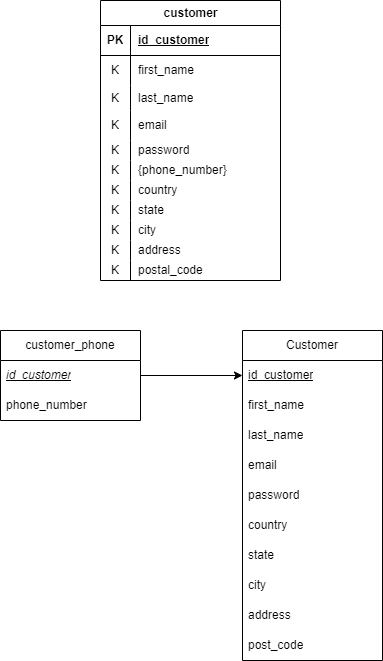
This is Data Storing/design/translate1.png from wargabasdat/Seleksi-2023-Tugas-1, a draw.io export, as it was before one commit. Source tidied: cells renumbered, new cells last; positions are measured from the earlier drawing's top-left corner, leaving out a move shared by most shapes.
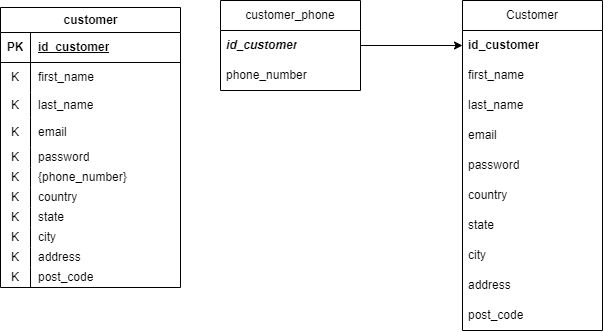
The same diagram one commit later.

Change to the diagram source:
```diff
@@ -3,7 +3,7 @@
     <mxCell id="0" />
     <mxCell id="1" parent="0" />
     <mxCell id="2" value="customer" style="shape=table;startSize=25;rowLines=0;fontStyle=1;align=center;html=1;" parent="1" vertex="1">
-      <mxGeometry x="100" width="180" height="280" as="geometry" />
+      <mxGeometry x="-220" y="337" width="180" height="280" as="geometry" />
     </mxCell>
     <mxCell id="3" style="shape=tableRow;horizontal=0;startSize=0;swimlaneHead=0;swimlaneBody=0;fillColor=none;top=0;left=0;right=0;bottom=1;" parent="2" vertex="1">
       <mxGeometry y="25" width="180" height="30" as="geometry" />
@@ -17,9 +17,9 @@
     <mxCell id="6" style="shape=tableRow;horizontal=0;startSize=0;swimlaneHead=0;swimlaneBody=0;fillColor=none;top=0;left=0;right=0;bottom=0;" parent="2" vertex="1">
       <mxGeometry y="55" width="180" height="30" as="geometry" />
     </mxCell>
-    <mxCell id="7" value="K" style="shape=partialRectangle;fillColor=none;top=0;left=0;bottom=0;right=0;overflow=hidden;whiteSpace=wrap;html=1;" parent="6" vertex="1">
-      <mxGeometry width="30" height="30" as="geometry" />
-    </mxCell>
+    <mxCell id="51" value="K" style="shape=partialRectangle;fillColor=none;top=0;left=0;bottom=0;right=0;overflow=hidden;whiteSpace=wrap;html=1;" parent="6" vertex="1">
+      <mxGeometry width="30" height="30" as="geometry" />
+    </mxCell>
     <mxCell id="8" value="first_name" style="shape=partialRectangle;fillColor=none;top=0;left=0;bottom=0;right=0;align=left;spacingLeft=6;overflow=hidden;whiteSpace=wrap;html=1;" parent="6" vertex="1">
       <mxGeometry x="30" width="150" height="30" as="geometry" />
     </mxCell>
@@ -35,81 +35,81 @@
     <mxCell id="12" style="shape=tableRow;horizontal=0;startSize=0;swimlaneHead=0;swimlaneBody=0;fillColor=none;top=0;left=0;right=0;bottom=0;" parent="2" vertex="1">
       <mxGeometry y="110" width="180" height="30" as="geometry" />
     </mxCell>
-    <mxCell id="13" value="K" style="shape=partialRectangle;fillColor=none;top=0;left=0;bottom=0;right=0;overflow=hidden;whiteSpace=wrap;html=1;" parent="12" vertex="1">
-      <mxGeometry width="30" height="30" as="geometry" />
-    </mxCell>
+    <mxCell id="52" value="K" style="shape=partialRectangle;fillColor=none;top=0;left=0;bottom=0;right=0;overflow=hidden;whiteSpace=wrap;html=1;" parent="12" vertex="1">
+      <mxGeometry width="30" height="30" as="geometry" />
+    </mxCell>
     <mxCell id="14" value="email" style="shape=partialRectangle;fillColor=none;top=0;left=0;bottom=0;right=0;align=left;spacingLeft=6;overflow=hidden;whiteSpace=wrap;html=1;" parent="12" vertex="1">
       <mxGeometry x="30" width="150" height="30" as="geometry" />
     </mxCell>
     <mxCell id="15" style="shape=tableRow;horizontal=0;startSize=0;swimlaneHead=0;swimlaneBody=0;fillColor=none;top=0;left=0;right=0;bottom=0;" parent="2" vertex="1">
       <mxGeometry y="140" width="180" height="20" as="geometry" />
     </mxCell>
-    <mxCell id="16" value="K" style="shape=partialRectangle;fillColor=none;top=0;left=0;bottom=0;right=0;overflow=hidden;whiteSpace=wrap;html=1;" parent="15" vertex="1">
-      <mxGeometry width="30" height="20" as="geometry" />
-    </mxCell>
+    <mxCell id="53" value="K" style="shape=partialRectangle;fillColor=none;top=0;left=0;bottom=0;right=0;overflow=hidden;whiteSpace=wrap;html=1;" parent="15" vertex="1">
+      <mxGeometry width="30" height="20" as="geometry" />
+    </mxCell>
     <mxCell id="17" value="password" style="shape=partialRectangle;fillColor=none;top=0;left=0;bottom=0;right=0;align=left;spacingLeft=6;overflow=hidden;whiteSpace=wrap;html=1;" parent="15" vertex="1">
       <mxGeometry x="30" width="150" height="20" as="geometry" />
     </mxCell>
     <mxCell id="18" style="shape=tableRow;horizontal=0;startSize=0;swimlaneHead=0;swimlaneBody=0;fillColor=none;top=0;left=0;right=0;bottom=0;" parent="2" vertex="1">
       <mxGeometry y="160" width="180" height="20" as="geometry" />
     </mxCell>
-    <mxCell id="19" value="K" style="shape=partialRectangle;fillColor=none;top=0;left=0;bottom=0;right=0;overflow=hidden;whiteSpace=wrap;html=1;" parent="18" vertex="1">
-      <mxGeometry width="30" height="20" as="geometry" />
-    </mxCell>
+    <mxCell id="54" value="K" style="shape=partialRectangle;fillColor=none;top=0;left=0;bottom=0;right=0;overflow=hidden;whiteSpace=wrap;html=1;" parent="18" vertex="1">
+      <mxGeometry width="30" height="20" as="geometry" />
+    </mxCell>
     <mxCell id="20" value="{phone_number}" style="shape=partialRectangle;fillColor=none;top=0;left=0;bottom=0;right=0;align=left;spacingLeft=6;overflow=hidden;whiteSpace=wrap;html=1;" parent="18" vertex="1">
       <mxGeometry x="30" width="150" height="20" as="geometry" />
     </mxCell>
     <mxCell id="21" style="shape=tableRow;horizontal=0;startSize=0;swimlaneHead=0;swimlaneBody=0;fillColor=none;top=0;left=0;right=0;bottom=0;" parent="2" vertex="1">
       <mxGeometry y="180" width="180" height="20" as="geometry" />
     </mxCell>
-    <mxCell id="22" value="K" style="shape=partialRectangle;fillColor=none;top=0;left=0;bottom=0;right=0;overflow=hidden;whiteSpace=wrap;html=1;" parent="21" vertex="1">
-      <mxGeometry width="30" height="20" as="geometry" />
-    </mxCell>
+    <mxCell id="55" value="K" style="shape=partialRectangle;fillColor=none;top=0;left=0;bottom=0;right=0;overflow=hidden;whiteSpace=wrap;html=1;" parent="21" vertex="1">
+      <mxGeometry width="30" height="20" as="geometry" />
+    </mxCell>
     <mxCell id="23" value="country" style="shape=partialRectangle;fillColor=none;top=0;left=0;bottom=0;right=0;align=left;spacingLeft=6;overflow=hidden;whiteSpace=wrap;html=1;" parent="21" vertex="1">
       <mxGeometry x="30" width="150" height="20" as="geometry" />
     </mxCell>
     <mxCell id="24" style="shape=tableRow;horizontal=0;startSize=0;swimlaneHead=0;swimlaneBody=0;fillColor=none;top=0;left=0;right=0;bottom=0;" parent="2" vertex="1">
       <mxGeometry y="200" width="180" height="20" as="geometry" />
     </mxCell>
-    <mxCell id="25" value="K" style="shape=partialRectangle;fillColor=none;top=0;left=0;bottom=0;right=0;overflow=hidden;whiteSpace=wrap;html=1;" parent="24" vertex="1">
-      <mxGeometry width="30" height="20" as="geometry" />
-    </mxCell>
+    <mxCell id="56" value="K" style="shape=partialRectangle;fillColor=none;top=0;left=0;bottom=0;right=0;overflow=hidden;whiteSpace=wrap;html=1;" parent="24" vertex="1">
+      <mxGeometry width="30" height="20" as="geometry" />
+    </mxCell>
     <mxCell id="26" value="state" style="shape=partialRectangle;fillColor=none;top=0;left=0;bottom=0;right=0;align=left;spacingLeft=6;overflow=hidden;whiteSpace=wrap;html=1;" parent="24" vertex="1">
       <mxGeometry x="30" width="150" height="20" as="geometry" />
     </mxCell>
     <mxCell id="27" style="shape=tableRow;horizontal=0;startSize=0;swimlaneHead=0;swimlaneBody=0;fillColor=none;top=0;left=0;right=0;bottom=0;" parent="2" vertex="1">
       <mxGeometry y="220" width="180" height="20" as="geometry" />
     </mxCell>
-    <mxCell id="28" value="K" style="shape=partialRectangle;fillColor=none;top=0;left=0;bottom=0;right=0;overflow=hidden;whiteSpace=wrap;html=1;" parent="27" vertex="1">
-      <mxGeometry width="30" height="20" as="geometry" />
-    </mxCell>
+    <mxCell id="57" value="K" style="shape=partialRectangle;fillColor=none;top=0;left=0;bottom=0;right=0;overflow=hidden;whiteSpace=wrap;html=1;" parent="27" vertex="1">
+      <mxGeometry width="30" height="20" as="geometry" />
+    </mxCell>
     <mxCell id="29" value="city" style="shape=partialRectangle;fillColor=none;top=0;left=0;bottom=0;right=0;align=left;spacingLeft=6;overflow=hidden;whiteSpace=wrap;html=1;" parent="27" vertex="1">
       <mxGeometry x="30" width="150" height="20" as="geometry" />
     </mxCell>
     <mxCell id="30" style="shape=tableRow;horizontal=0;startSize=0;swimlaneHead=0;swimlaneBody=0;fillColor=none;top=0;left=0;right=0;bottom=0;" parent="2" vertex="1">
       <mxGeometry y="240" width="180" height="20" as="geometry" />
     </mxCell>
-    <mxCell id="31" value="K" style="shape=partialRectangle;fillColor=none;top=0;left=0;bottom=0;right=0;overflow=hidden;whiteSpace=wrap;html=1;" parent="30" vertex="1">
-      <mxGeometry width="30" height="20" as="geometry" />
-    </mxCell>
+    <mxCell id="58" value="K" style="shape=partialRectangle;fillColor=none;top=0;left=0;bottom=0;right=0;overflow=hidden;whiteSpace=wrap;html=1;" parent="30" vertex="1">
+      <mxGeometry width="30" height="20" as="geometry" />
+    </mxCell>
     <mxCell id="32" value="address" style="shape=partialRectangle;fillColor=none;top=0;left=0;bottom=0;right=0;align=left;spacingLeft=6;overflow=hidden;whiteSpace=wrap;html=1;" parent="30" vertex="1">
       <mxGeometry x="30" width="150" height="20" as="geometry" />
     </mxCell>
     <mxCell id="33" style="shape=tableRow;horizontal=0;startSize=0;swimlaneHead=0;swimlaneBody=0;fillColor=none;top=0;left=0;right=0;bottom=0;" parent="2" vertex="1">
       <mxGeometry y="260" width="180" height="20" as="geometry" />
     </mxCell>
-    <mxCell id="34" value="K" style="shape=partialRectangle;fillColor=none;top=0;left=0;bottom=0;right=0;overflow=hidden;whiteSpace=wrap;html=1;" parent="33" vertex="1">
-      <mxGeometry width="30" height="20" as="geometry" />
-    </mxCell>
-    <mxCell id="35" value="postal_code" style="shape=partialRectangle;fillColor=none;top=0;left=0;bottom=0;right=0;align=left;spacingLeft=6;overflow=hidden;whiteSpace=wrap;html=1;" parent="33" vertex="1">
-      <mxGeometry x="30" width="150" height="20" as="geometry" />
-    </mxCell>
+    <mxCell id="59" value="K" style="shape=partialRectangle;fillColor=none;top=0;left=0;bottom=0;right=0;overflow=hidden;whiteSpace=wrap;html=1;" parent="33" vertex="1">
+      <mxGeometry width="30" height="20" as="geometry" />
+    </mxCell>
+    <mxCell id="60" value="post_code" style="shape=partialRectangle;fillColor=none;top=0;left=0;bottom=0;right=0;align=left;spacingLeft=6;overflow=hidden;whiteSpace=wrap;html=1;" parent="33" vertex="1">
+      <mxGeometry x="30" width="150" height="20" as="geometry" />
+    </mxCell>
     <mxCell id="36" value="Customer" style="swimlane;fontStyle=0;horizontal=1;startSize=30;whiteSpace=wrap;html=1;" parent="1" vertex="1">
       <mxGeometry x="242" y="330" width="140" height="330" as="geometry" />
     </mxCell>
-    <mxCell id="37" value="&lt;u&gt;id_customer&lt;/u&gt;" style="text;strokeColor=none;fillColor=none;align=left;verticalAlign=middle;spacingLeft=4;spacingRight=4;overflow=hidden;points=[[0,0.5],[1,0.5]];portConstraint=eastwest;whiteSpace=wrap;html=1;" parent="36" vertex="1">
-      <mxGeometry y="30" width="140" height="30" as="geometry" />
-    </mxCell>
+    <mxCell id="61" value="&lt;b style=&quot;&quot;&gt;id_customer&lt;/b&gt;" style="text;strokeColor=none;fillColor=none;align=left;verticalAlign=middle;spacingLeft=4;spacingRight=4;overflow=hidden;points=[[0,0.5],[1,0.5]];portConstraint=eastwest;whiteSpace=wrap;html=1;" parent="36" vertex="1">
+      <mxGeometry y="30" width="140" height="30" as="geometry" />
+    </mxCell>
     <mxCell id="38" value="first_name" style="text;strokeColor=none;fillColor=none;align=left;verticalAlign=middle;spacingLeft=4;spacingRight=4;overflow=hidden;whiteSpace=wrap;html=1;" parent="36" vertex="1">
       <mxGeometry y="60" width="140" height="30" as="geometry" />
     </mxCell>
@@ -140,14 +140,14 @@
     <mxCell id="47" value="customer_phone" style="swimlane;fontStyle=0;horizontal=1;startSize=30;whiteSpace=wrap;html=1;" parent="1" vertex="1">
       <mxGeometry y="330" width="140" height="90" as="geometry" />
     </mxCell>
-    <mxCell id="48" value="&lt;u&gt;&lt;i&gt;id_customer&lt;/i&gt;&lt;/u&gt;" style="text;strokeColor=none;fillColor=none;align=left;verticalAlign=middle;spacingLeft=4;spacingRight=4;overflow=hidden;points=[[0,0.5],[1,0.5]];portConstraint=eastwest;whiteSpace=wrap;html=1;" parent="47" vertex="1">
-      <mxGeometry y="30" width="140" height="30" as="geometry" />
-    </mxCell>
+    <mxCell id="62" value="&lt;i style=&quot;&quot;&gt;&lt;b style=&quot;&quot;&gt;id_customer&lt;/b&gt;&lt;/i&gt;" style="text;strokeColor=none;fillColor=none;align=left;verticalAlign=middle;spacingLeft=4;spacingRight=4;overflow=hidden;points=[[0,0.5],[1,0.5]];portConstraint=eastwest;whiteSpace=wrap;html=1;" parent="47" vertex="1">
+      <mxGeometry y="30" width="140" height="30" as="geometry" />
+    </mxCell>
     <mxCell id="49" value="phone_number" style="text;strokeColor=none;fillColor=none;align=left;verticalAlign=middle;spacingLeft=4;spacingRight=4;overflow=hidden;whiteSpace=wrap;html=1;" parent="47" vertex="1">
       <mxGeometry y="60" width="140" height="30" as="geometry" />
     </mxCell>
-    <mxCell id="50" style="edgeStyle=orthogonalEdgeStyle;rounded=0;jettySize=auto;html=1;exitX=1;exitY=0.5;exitDx=0;exitDy=0;entryX=0;entryY=0.5;entryDx=0;entryDy=0;" parent="1" edge="1" source="48" target="37">
-      <mxGeometry relative="1" as="geometry" />
-    </mxCell>
+    <mxCell id="63" style="edgeStyle=orthogonalEdgeStyle;rounded=0;jettySize=auto;html=1;exitX=1;exitY=0.5;exitDx=0;exitDy=0;entryX=0;entryY=0.5;entryDx=0;entryDy=0;" parent="1" edge="1" source="62" target="61">
+      <mxGeometry relative="1" as="geometry" />
+    </mxCell>
   </root>
 </mxGraphModel>
```
